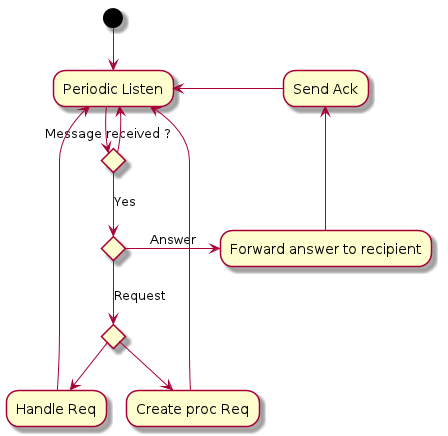
Above: doc/UML/Algo_Leader.png in tof25/DST (PlantUML), before the change.
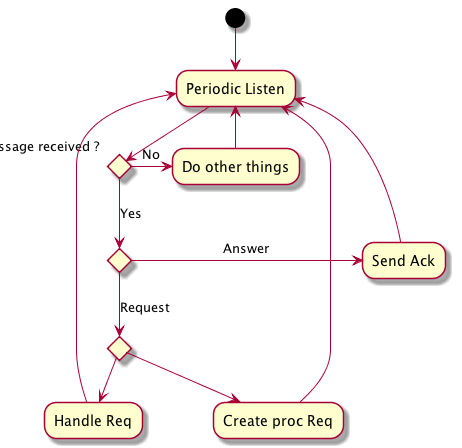
Later version of the same file.

Diff of the diagram source:
```diff
@@ -2,12 +2,12 @@
 (*top) -->"Periodic Listen"
 
 if "Message received ?" then
+  -left->[No]"Do other things"
   -->"Periodic Listen"
 else
   [Yes]if "" then
-    -right->[Answer]"Forward answer to recipient"
-    -->"Send Ack"
-    -left->"Periodic Listen"
+    -right->[Answer]"Send Ack"
+    -->"Periodic Listen"
   else
     [Request]if "" then
       -->"Handle Req"
```
